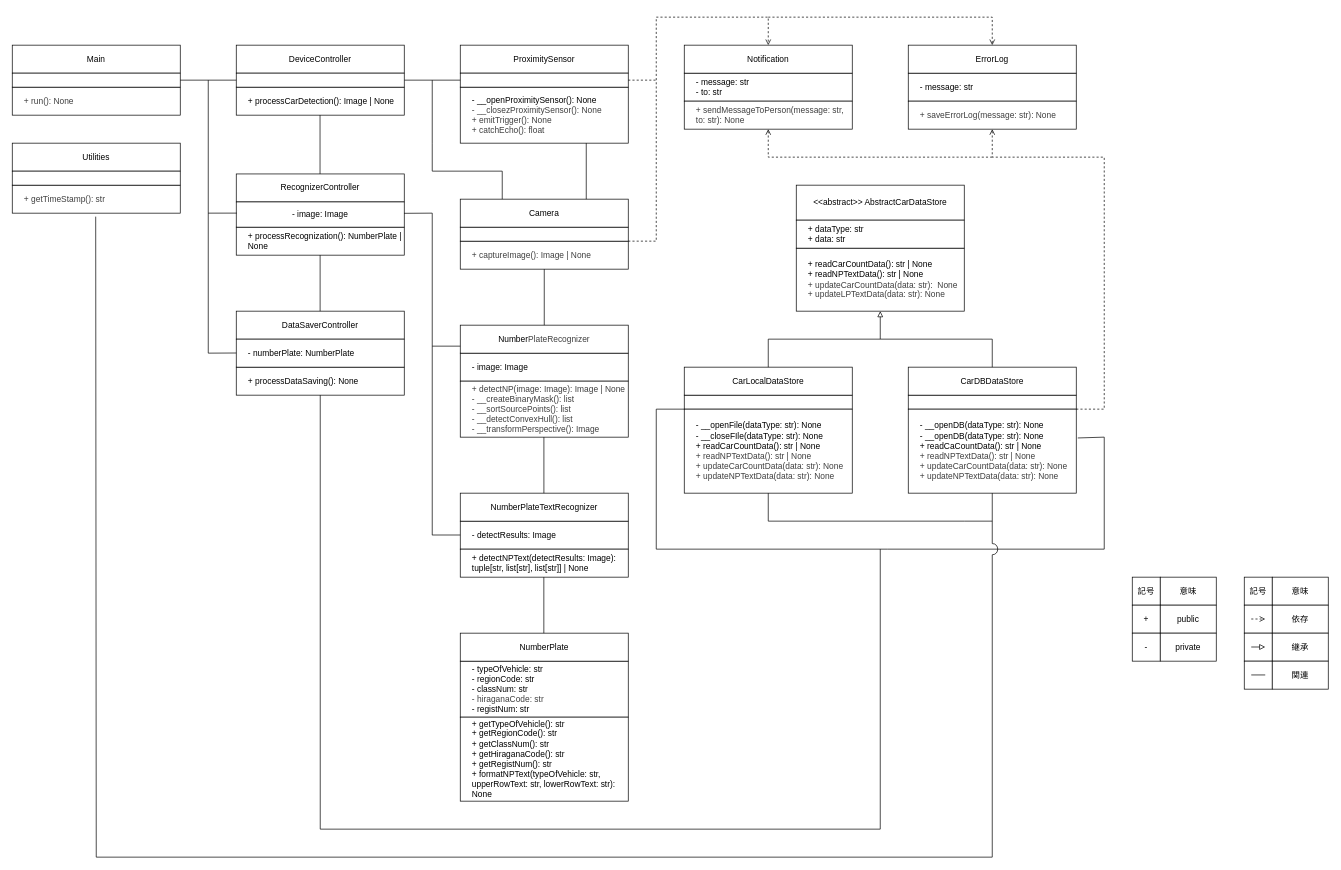
kokoa454/ANPR_JP keeps this draw.io diagram as page "入口用" (1 of 2) of uml/class_diagram.drawio. Above is the earlier version. Source tidied: cells renumbered, new cells numbered last; positions are measured from the earlier drawing's top-left corner, leaving out a move shared by most shapes. Both pictures are drawn from the tidied source at 70%, with x=0, y=0 at pixel (12, 17).
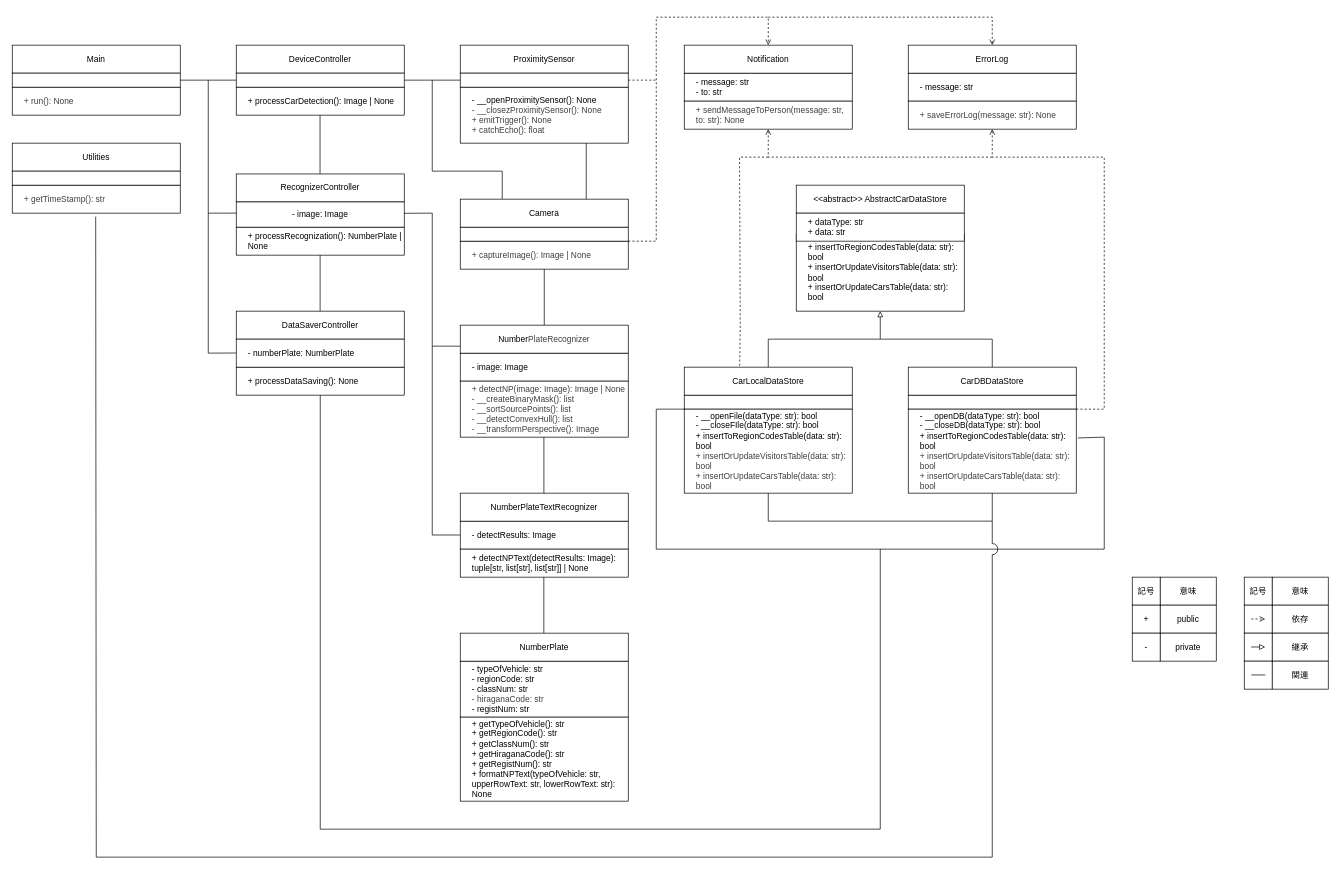
After the change.

The change refers to these unchanged cells:
```xml
<mxCell id="23" value="CarLocalDataStore" style="rounded=0;whiteSpace=wrap;html=1;" parent="1" vertex="1">
  <mxGeometry x="960" y="500" width="240" height="40" as="geometry" />
</mxCell>
```

What changed in the source:
```diff
@@
-    <mxCell id="24" value="&lt;div&gt;&lt;span style=&quot;scrollbar-color: rgb(226, 226, 226) rgb(251, 251, 251); color: rgb(0, 0, 0);&quot;&gt;- __openFile(dataType: str): None&lt;/span&gt;&lt;/div&gt;&lt;div&gt;&lt;span style=&quot;scrollbar-color: rgb(226, 226, 226) rgb(251, 251, 251); color: rgb(0, 0, 0);&quot;&gt;- __closeFIle(&lt;/span&gt;&lt;span style=&quot;color: rgb(0, 0, 0); background-color: transparent;&quot;&gt;dataType: str&lt;/span&gt;&lt;span style=&quot;background-color: transparent;&quot;&gt;): None&lt;/span&gt;&lt;/div&gt;&lt;span style=&quot;scrollbar-color: rgb(226, 226, 226) rgb(251, 251, 251); color: rgb(0, 0, 0);&quot;&gt;+ readCarCountData(): str | None&lt;/span&gt;&lt;div style=&quot;color: rgb(63, 63, 63); scrollbar-color: rgb(226, 226, 226) rgb(251, 251, 251);&quot;&gt;&lt;font style=&quot;color: rgb(63, 63, 63); scrollbar-color: rgb(226, 226, 226) rgb(251, 251, 251);&quot;&gt;+ readNPTextData(): str | None&lt;br style=&quot;color: rgb(63, 63, 63); scrollbar-color: rgb(226, 226, 226) rgb(251, 251, 251);&quot;&gt;&lt;/font&gt;&lt;div style=&quot;scrollbar-color: rgb(226, 226, 226) rgb(251, 251, 251); color: rgb(63, 63, 63);&quot;&gt;&lt;div style=&quot;scrollbar-color: rgb(226, 226, 226) rgb(251, 251, 251); color: rgb(63, 63, 63);&quot;&gt;&lt;span style=&quot;scrollbar-color: rgb(226, 226, 226) rgb(251, 251, 251); background-color: transparent; color: rgb(63, 63, 63);&quot;&gt;+ updateCarCountData(data: str): None&lt;/span&gt;&lt;/div&gt;&lt;/div&gt;&lt;div style=&quot;scrollbar-color: rgb(226, 226, 226) rgb(251, 251, 251); color: rgb(63, 63, 63);&quot;&gt;+ updateNPTextData(data: str): None&lt;/div&gt;&lt;/div&gt;" style="rounded=0;whiteSpace=wrap;html=1;align=left;spacingLeft=15;" parent="1" vertex="1">
+    <mxCell id="24" value="&lt;div&gt;&lt;span style=&quot;scrollbar-color: rgb(226, 226, 226) rgb(251, 251, 251); color: rgb(0, 0, 0);&quot;&gt;- __openFile(dataType: str): bool&lt;/span&gt;&lt;/div&gt;&lt;div&gt;&lt;span style=&quot;scrollbar-color: rgb(226, 226, 226) rgb(251, 251, 251); color: rgb(0, 0, 0);&quot;&gt;- __closeFIle(&lt;/span&gt;&lt;span style=&quot;color: rgb(0, 0, 0); background-color: transparent;&quot;&gt;dataType: str&lt;/span&gt;&lt;span style=&quot;background-color: transparent;&quot;&gt;): bool&lt;/span&gt;&lt;/div&gt;&lt;div&gt;&lt;span style=&quot;color: rgb(0, 0, 0);&quot;&gt;+ insertToRegionCodesTable(data: str): bool&lt;/span&gt;&lt;div style=&quot;color: rgb(63, 63, 63); scrollbar-color: rgb(226, 226, 226) rgb(251, 251, 251);&quot;&gt;+ insertOrUpdateVisitorsTable(data: str): bool&lt;/div&gt;&lt;div style=&quot;color: rgb(63, 63, 63); scrollbar-color: rgb(226, 226, 226) rgb(251, 251, 251);&quot;&gt;+ insertOrUpdateCarsTable(data: str): bool&lt;/div&gt;&lt;/div&gt;" style="rounded=0;whiteSpace=wrap;html=1;align=left;spacingLeft=15;" parent="1" vertex="1">
       <mxGeometry x="960" y="560" width="240" height="120" as="geometry" />
     </mxCell>
@@
-    <mxCell id="27" value="&lt;span style=&quot;scrollbar-color: rgb(226, 226, 226) rgb(251, 251, 251); color: rgb(0, 0, 0);&quot;&gt;- __openDB(&lt;span style=&quot;color: rgb(0, 0, 0);&quot;&gt;dataType: str&lt;/span&gt;): None&lt;/span&gt;&lt;div&gt;&lt;span style=&quot;scrollbar-color: rgb(226, 226, 226) rgb(251, 251, 251);&quot;&gt;&lt;font color=&quot;#000000&quot;&gt;- __openDB(&lt;/font&gt;&lt;/span&gt;&lt;span style=&quot;color: rgb(0, 0, 0); background-color: transparent;&quot;&gt;dataType: str&lt;/span&gt;&lt;span style=&quot;background-color: transparent;&quot;&gt;): None&lt;/span&gt;&lt;/div&gt;&lt;div&gt;&lt;span style=&quot;scrollbar-color: rgb(226, 226, 226) rgb(251, 251, 251);&quot;&gt;&lt;font&gt;+ readCaCountData(): str | None&lt;/font&gt;&lt;/span&gt;&lt;div style=&quot;color: rgb(63, 63, 63); scrollbar-color: rgb(226, 226, 226) rgb(251, 251, 251);&quot;&gt;&lt;font style=&quot;color: rgb(63, 63, 63); scrollbar-color: rgb(226, 226, 226) rgb(251, 251, 251);&quot;&gt;+ readNPTextData(): str | None&lt;br style=&quot;color: rgb(63, 63, 63); scrollbar-color: rgb(226, 226, 226) rgb(251, 251, 251);&quot;&gt;&lt;/font&gt;&lt;div style=&quot;scrollbar-color: rgb(226, 226, 226) rgb(251, 251, 251); color: rgb(63, 63, 63);&quot;&gt;&lt;div style=&quot;scrollbar-color: rgb(226, 226, 226) rgb(251, 251, 251); color: rgb(63, 63, 63);&quot;&gt;&lt;span style=&quot;scrollbar-color: rgb(226, 226, 226) rgb(251, 251, 251); background-color: transparent; color: rgb(63, 63, 63);&quot;&gt;+ updateCarCountData(data: str): None&lt;/span&gt;&lt;/div&gt;&lt;div style=&quot;scrollbar-color: rgb(226, 226, 226) rgb(251, 251, 251); color: rgb(63, 63, 63);&quot;&gt;&lt;span style=&quot;background-color: transparent;&quot;&gt;+ updateNPTextData(data: str): None&lt;/span&gt;&lt;/div&gt;&lt;/div&gt;&lt;/div&gt;&lt;/div&gt;" style="rounded=0;whiteSpace=wrap;html=1;align=left;spacingLeft=15;" parent="1" vertex="1">
+    <mxCell id="27" value="&lt;span style=&quot;scrollbar-color: rgb(226, 226, 226) rgb(251, 251, 251); color: rgb(0, 0, 0);&quot;&gt;- __openDB(&lt;span style=&quot;color: rgb(0, 0, 0);&quot;&gt;dataType: str&lt;/span&gt;): bool&lt;/span&gt;&lt;div&gt;&lt;span style=&quot;scrollbar-color: rgb(226, 226, 226) rgb(251, 251, 251);&quot;&gt;&lt;font color=&quot;#000000&quot;&gt;- __closeDB(&lt;/font&gt;&lt;/span&gt;&lt;span style=&quot;color: rgb(0, 0, 0); background-color: transparent;&quot;&gt;dataType: str&lt;/span&gt;&lt;span style=&quot;background-color: transparent;&quot;&gt;): bool&lt;/span&gt;&lt;/div&gt;&lt;div&gt;&lt;span style=&quot;color: rgb(0, 0, 0); background-color: transparent;&quot;&gt;+ insertToRegionCodesTable(data: str): bool&lt;/span&gt;&lt;/div&gt;&lt;div style=&quot;color: rgb(63, 63, 63); scrollbar-color: rgb(226, 226, 226) rgb(251, 251, 251);&quot;&gt;+ insertOrUpdateVisitorsTable(data: str): bool&lt;/div&gt;&lt;div style=&quot;color: rgb(63, 63, 63); scrollbar-color: rgb(226, 226, 226) rgb(251, 251, 251);&quot;&gt;+ insertOrUpdateCarsTable(data: str): bool&lt;/div&gt;" style="rounded=0;whiteSpace=wrap;html=1;align=left;spacingLeft=15;" parent="1" vertex="1">
       <mxGeometry x="1280" y="560" width="240" height="120" as="geometry" />
     </mxCell>
     <mxCell id="28" value="&amp;lt;&amp;lt;abstract&amp;gt;&amp;gt; AbstractCarDataStore" style="rounded=0;whiteSpace=wrap;html=1;" parent="1" vertex="1">
-      <mxGeometry x="1120" y="240" width="240" height="50" as="geometry" />
+      <mxGeometry x="1120" y="240" width="240" height="40" as="geometry" />
     </mxCell>
-    <mxCell id="29" value="&lt;span style=&quot;scrollbar-color: rgb(226, 226, 226) rgb(251, 251, 251); color: rgb(0, 0, 0);&quot;&gt;+ readCarCountData(): str | None&lt;/span&gt;&lt;div&gt;&lt;font color=&quot;#000000&quot;&gt;+ readNPTextData(): str | None&lt;br&gt;&lt;/font&gt;&lt;div style=&quot;scrollbar-color: rgb(226, 226, 226) rgb(251, 251, 251); color: rgb(63, 63, 63);&quot;&gt;&lt;div style=&quot;scrollbar-color: rgb(226, 226, 226) rgb(251, 251, 251); color: rgb(63, 63, 63);&quot;&gt;&lt;span style=&quot;scrollbar-color: rgb(226, 226, 226) rgb(251, 251, 251); background-color: transparent; color: rgb(63, 63, 63);&quot;&gt;+ updateCarCountData(data: str):&amp;nbsp; None&lt;/span&gt;&lt;/div&gt;&lt;/div&gt;&lt;div style=&quot;scrollbar-color: rgb(226, 226, 226) rgb(251, 251, 251); color: rgb(63, 63, 63);&quot;&gt;+ updateLPTextData(data: str): None&lt;/div&gt;&lt;/div&gt;" style="rounded=0;whiteSpace=wrap;html=1;align=left;spacingLeft=15;" parent="1" vertex="1">
-      <mxGeometry x="1120" y="330" width="240" height="90" as="geometry" />
+    <mxCell id="29" value="+ insertToRegionCodesTable(data: str): bool&lt;div&gt;+ insertOrUpdateVisitorsTable(data: str): bool&lt;/div&gt;&lt;div&gt;+ insertOrUpdateCarsTable(data: str): bool&lt;/div&gt;" style="rounded=0;whiteSpace=wrap;html=1;align=left;spacingLeft=15;" parent="1" vertex="1">
+      <mxGeometry x="1120" y="310" width="240" height="110" as="geometry" />
     </mxCell>
@@
-    <mxCell id="45" value="&lt;div&gt;+ dataType: str&lt;/div&gt;+ data: str" style="rounded=0;whiteSpace=wrap;html=1;align=left;spacingLeft=15;" parent="1" vertex="1">
-      <mxGeometry x="1120" y="290" width="240" height="40" as="geometry" />
+    <mxCell id="45" value="&lt;div&gt;&lt;span style=&quot;background-color: transparent;&quot;&gt;+ dataType: str&lt;/span&gt;&lt;/div&gt;&lt;div&gt;&lt;span style=&quot;background-color: transparent;&quot;&gt;+ data: str&lt;/span&gt;&lt;/div&gt;" style="rounded=0;whiteSpace=wrap;html=1;align=left;spacingLeft=15;" parent="1" vertex="1">
+      <mxGeometry x="1120" y="280" width="240" height="40" as="geometry" />
     </mxCell>
@@
+    <mxCell id="91" style="endArrow=none;html=1;rounded=0;curved=0;entryX=0.33;entryY=-0.003;entryDx=0;entryDy=0;entryPerimeter=0;dashed=1;" parent="1" edge="1" target="23">
+      <mxGeometry relative="1" as="geometry">
+        <mxPoint x="1080" y="200" as="sourcePoint" />
+        <Array as="points">
+          <mxPoint x="1039" y="200" />
+          <mxPoint x="1040" y="440" />
+        </Array>
+      </mxGeometry>
+    </mxCell>
```
